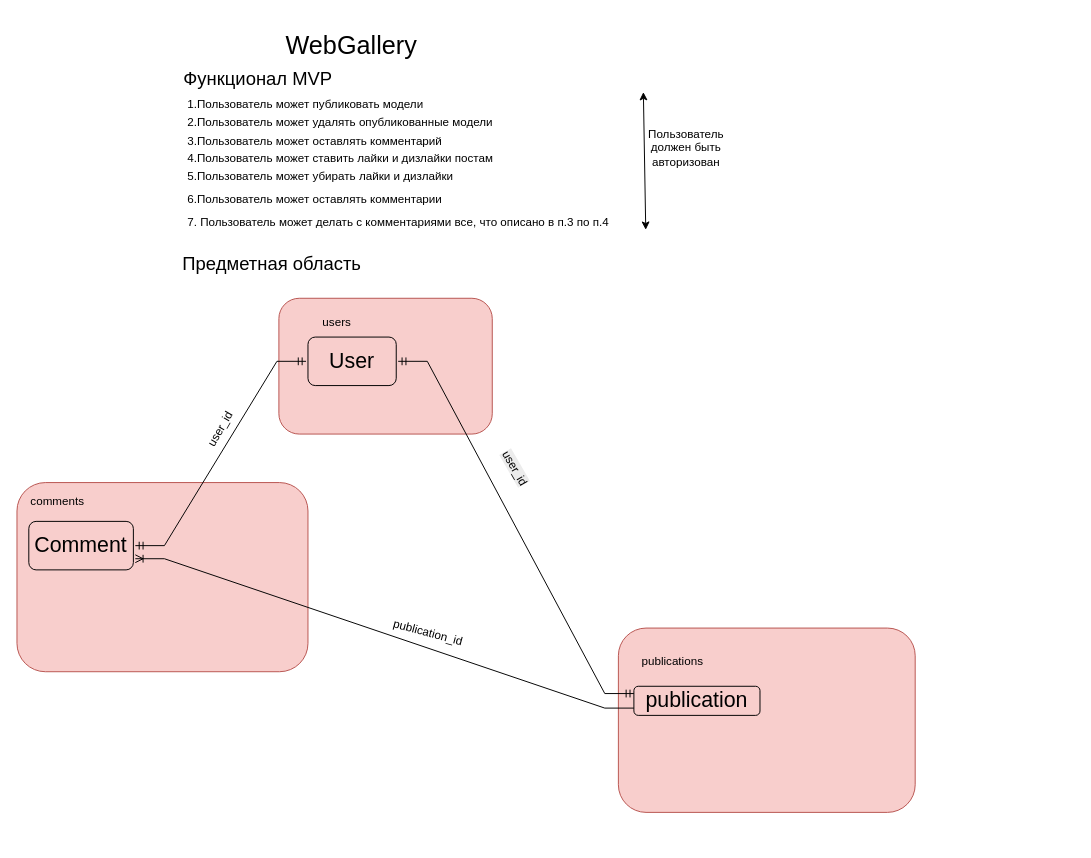
This is WebGallery.drawio from Mihagan12pro/WebGallery, a draw.io file, before an edit. Source tidied: cells renumbered, new cells numbered last; positions are measured from the earlier drawing's top-left corner, leaving out a move shared by most shapes. Both pictures are drawn from the tidied source at 97%, with x=0, y=0 at pixel (-51, 16).
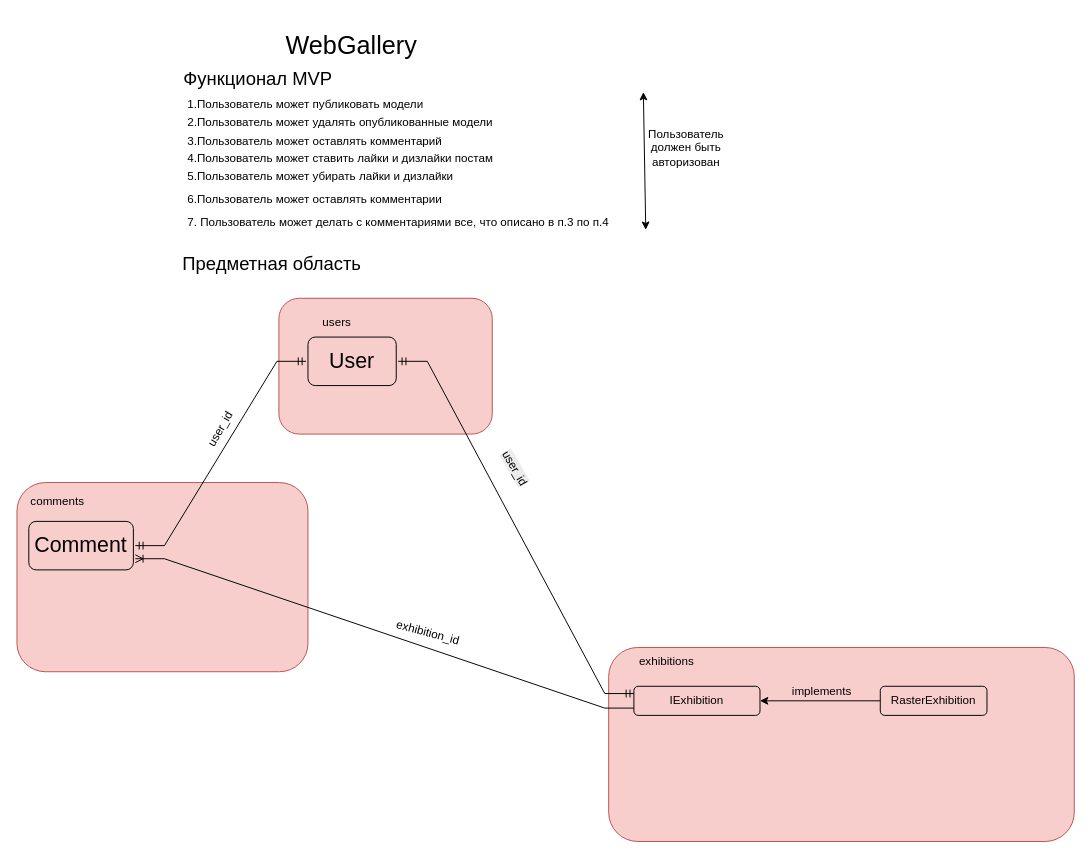
The same diagram, later.

The edit, as a diff of the source:
```diff
@@
     <mxCell id="32" style="rounded=1;whiteSpace=wrap;html=1;fillColor=#f8cecc;strokeColor=#b85450;" parent="1" vertex="1">
-      <mxGeometry x="690" y="630" width="306" height="190" as="geometry" />
+      <mxGeometry x="680" y="650" width="480" height="200" as="geometry" />
     </mxCell>
-    <mxCell id="33" value="publications" style="text;html=1;whiteSpace=wrap;strokeColor=none;fillColor=none;align=center;verticalAlign=middle;rounded=0;" parent="1" vertex="1">
-      <mxGeometry x="716" y="650" width="60" height="30" as="geometry" />
-    </mxCell>
-    <mxCell id="34" value="&lt;font style=&quot;font-size: 22px;&quot;&gt;publication&lt;/font&gt;" style="text;html=1;whiteSpace=wrap;strokeColor=default;fillColor=none;align=center;verticalAlign=middle;rounded=1;" parent="1" vertex="1">
+    <mxCell id="34" value="IExhibition" style="text;html=1;whiteSpace=wrap;strokeColor=default;fillColor=none;align=center;verticalAlign=middle;rounded=1;" parent="1" vertex="1">
       <mxGeometry x="706" y="690" width="130" height="30" as="geometry" />
     </mxCell>
@@
-    <mxCell id="38" value="&lt;span style=&quot;text-align: left;&quot;&gt;publication_id&lt;/span&gt;" style="text;html=1;whiteSpace=wrap;strokeColor=none;fillColor=none;align=center;verticalAlign=middle;rounded=0;rotation=15;" parent="1" vertex="1">
+    <mxCell id="38" value="&lt;span style=&quot;text-align: left;&quot;&gt;exhibition_id&lt;/span&gt;" style="text;html=1;whiteSpace=wrap;strokeColor=none;fillColor=none;align=center;verticalAlign=middle;rounded=0;rotation=15;" parent="1" vertex="1">
       <mxGeometry x="464" y="620" width="60" height="30" as="geometry" />
     </mxCell>
+    <mxCell id="39" value="RasterExhibition" style="text;html=1;whiteSpace=wrap;strokeColor=default;fillColor=none;align=center;verticalAlign=middle;rounded=1;" parent="1" vertex="1">
+      <mxGeometry x="960" y="690" width="110" height="30" as="geometry" />
+    </mxCell>
+    <mxCell id="40" value="exhibitions" style="text;html=1;whiteSpace=wrap;strokeColor=none;fillColor=none;align=center;verticalAlign=middle;rounded=0;" parent="1" vertex="1">
+      <mxGeometry x="710" y="650" width="60" height="30" as="geometry" />
+    </mxCell>
+    <mxCell id="41" style="endArrow=classic;html=1;rounded=0;entryX=1;entryY=0.5;entryDx=0;entryDy=0;exitX=0;exitY=0.5;exitDx=0;exitDy=0;" parent="1" edge="1" source="39" target="34">
+      <mxGeometry relative="1" as="geometry" />
+    </mxCell>
+    <mxCell id="42" value="implements" style="text;html=1;whiteSpace=wrap;strokeColor=none;fillColor=none;align=center;verticalAlign=middle;rounded=0;" parent="1" vertex="1">
+      <mxGeometry x="870" y="680" width="60" height="30" as="geometry" />
+    </mxCell>
```
